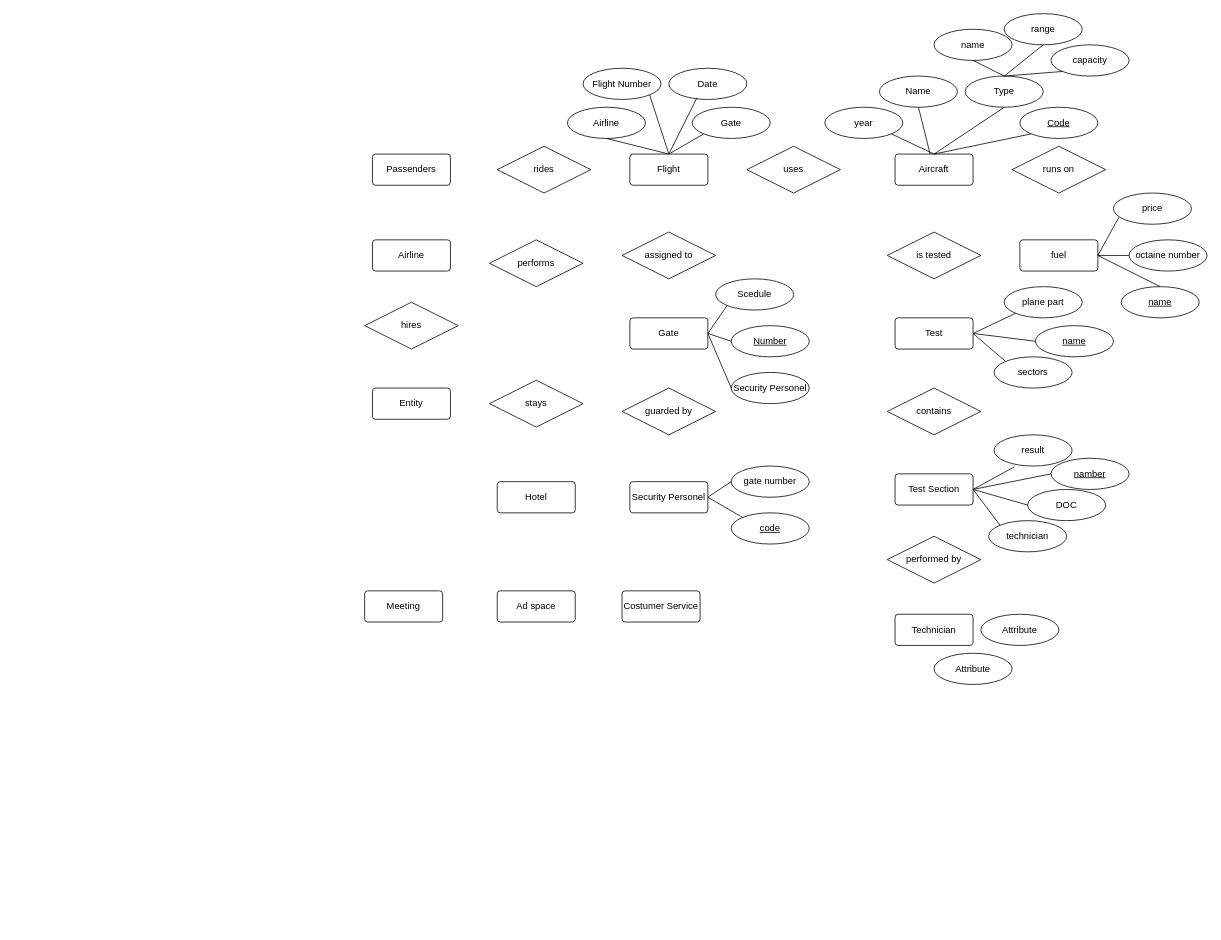
inf2021090/ergasia1-DB1 keeps this draw.io diagram as ERD4dbi.drawio. Above is the earlier version. Source tidied: cells renumbered, new cells numbered last; positions are measured from the earlier drawing's top-left corner, leaving out a move shared by most shapes. Both pictures are drawn from the tidied source at 78%, with x=0, y=0 at pixel (364, 13).
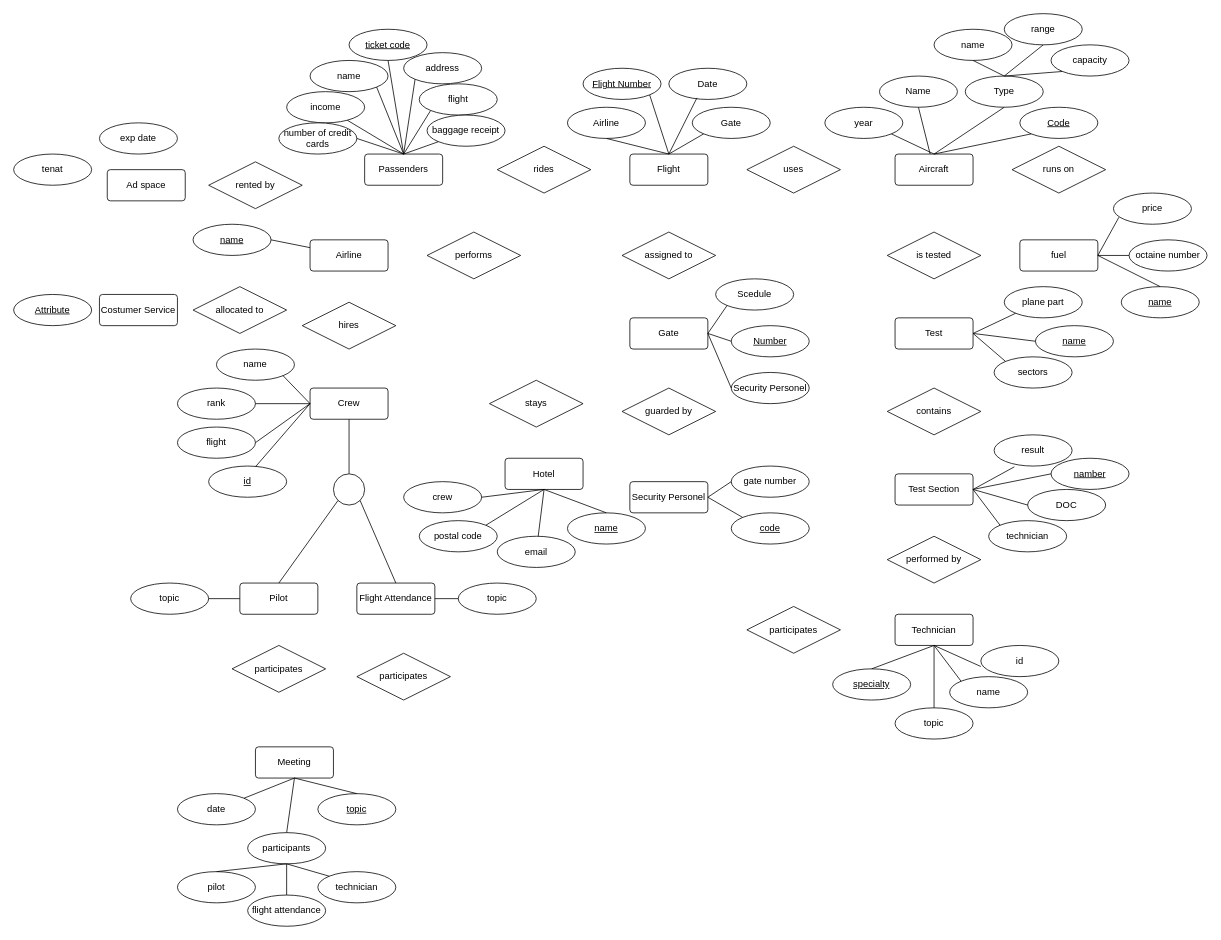
Above is the later version.

Unchanged cells that the change refers to:
```xml
<mxCell id="18" value="Technician" style="rounded=1;arcSize=10;whiteSpace=wrap;html=1;align=center;" parent="1" vertex="1">
  <mxGeometry x="680" y="770" width="100" height="40" as="geometry" />
</mxCell>
```

The edit, as a diff of the source:
```diff
@@
     <mxCell id="2" value="Passenders" style="rounded=1;arcSize=10;whiteSpace=wrap;html=1;align=center;" parent="1" vertex="1">
-      <mxGeometry x="10" y="180" width="100" height="40" as="geometry" />
+      <mxGeometry y="180" width="100" height="40" as="geometry" />
     </mxCell>
@@
     <mxCell id="19" value="Airline" style="rounded=1;arcSize=10;whiteSpace=wrap;html=1;align=center;" parent="1" vertex="1">
-      <mxGeometry x="10" y="290" width="100" height="40" as="geometry" />
+      <mxGeometry x="-70" y="290" width="100" height="40" as="geometry" />
     </mxCell>
     <mxCell id="20" value="hires" style="shape=rhombus;perimeter=rhombusPerimeter;whiteSpace=wrap;html=1;align=center;" parent="1" vertex="1">
-      <mxGeometry y="370" width="120" height="60" as="geometry" />
+      <mxGeometry x="-80" y="370" width="120" height="60" as="geometry" />
     </mxCell>
     <mxCell id="21" value="performs" style="shape=rhombus;perimeter=rhombusPerimeter;whiteSpace=wrap;html=1;align=center;" parent="1" vertex="1">
-      <mxGeometry x="160" y="290" width="120" height="60" as="geometry" />
+      <mxGeometry x="80" y="280" width="120" height="60" as="geometry" />
     </mxCell>
-    <mxCell id="22" value="Entity" style="rounded=1;arcSize=10;whiteSpace=wrap;html=1;align=center;" parent="1" vertex="1">
-      <mxGeometry x="10" y="480" width="100" height="40" as="geometry" />
+    <mxCell id="22" value="Crew" style="rounded=1;arcSize=10;whiteSpace=wrap;html=1;align=center;" parent="1" vertex="1">
+      <mxGeometry x="-70" y="480" width="100" height="40" as="geometry" />
     </mxCell>
     <mxCell id="23" value="Hotel" style="rounded=1;arcSize=10;whiteSpace=wrap;html=1;align=center;" parent="1" vertex="1">
-      <mxGeometry x="170" y="600" width="100" height="40" as="geometry" />
+      <mxGeometry x="180" y="570" width="100" height="40" as="geometry" />
     </mxCell>
@@
     <mxCell id="25" value="Ad space" style="rounded=1;arcSize=10;whiteSpace=wrap;html=1;align=center;" parent="1" vertex="1">
-      <mxGeometry x="170" y="740" width="100" height="40" as="geometry" />
+      <mxGeometry x="-330" y="200" width="100" height="40" as="geometry" />
     </mxCell>
     <mxCell id="26" value="Costumer Service" style="rounded=1;arcSize=10;whiteSpace=wrap;html=1;align=center;" parent="1" vertex="1">
-      <mxGeometry x="330" y="740" width="100" height="40" as="geometry" />
+      <mxGeometry x="-340" y="360" width="100" height="40" as="geometry" />
     </mxCell>
     <mxCell id="27" value="Meeting" style="rounded=1;arcSize=10;whiteSpace=wrap;html=1;align=center;" parent="1" vertex="1">
-      <mxGeometry y="740" width="100" height="40" as="geometry" />
+      <mxGeometry x="-140" y="940" width="100" height="40" as="geometry" />
     </mxCell>
@@
-    <mxCell id="31" value="Flight Number" style="ellipse;whiteSpace=wrap;html=1;align=center;" parent="1" vertex="1">
+    <mxCell id="31" value="Flight Number" style="ellipse;whiteSpace=wrap;html=1;align=center;fontStyle=4;" parent="1" vertex="1">
       <mxGeometry x="280" y="70" width="100" height="40" as="geometry" />
     </mxCell>
@@
-    <mxCell id="73" value="Attribute" style="ellipse;whiteSpace=wrap;html=1;align=center;" parent="1" vertex="1">
-      <mxGeometry x="790" y="770" width="100" height="40" as="geometry" />
+    <mxCell id="73" value="id" style="ellipse;whiteSpace=wrap;html=1;align=center;" parent="1" vertex="1">
+      <mxGeometry x="790" y="810" width="100" height="40" as="geometry" />
     </mxCell>
-    <mxCell id="74" value="Attribute" style="ellipse;whiteSpace=wrap;html=1;align=center;" parent="1" vertex="1">
-      <mxGeometry x="730" y="820" width="100" height="40" as="geometry" />
+    <mxCell id="74" value="name" style="ellipse;whiteSpace=wrap;html=1;align=center;" parent="1" vertex="1">
+      <mxGeometry x="750" y="850" width="100" height="40" as="geometry" />
     </mxCell>
@@
+    <mxCell id="82" value="flight" style="ellipse;whiteSpace=wrap;html=1;align=center;" parent="1" vertex="1">
+      <mxGeometry x="70" y="90" width="100" height="40" as="geometry" />
+    </mxCell>
+    <mxCell id="83" value="address" style="ellipse;whiteSpace=wrap;html=1;align=center;" parent="1" vertex="1">
+      <mxGeometry x="50" y="50" width="100" height="40" as="geometry" />
+    </mxCell>
+    <mxCell id="84" value="&lt;u&gt;ticket code&lt;/u&gt;" style="ellipse;whiteSpace=wrap;html=1;align=center;" parent="1" vertex="1">
+      <mxGeometry x="-20" y="20" width="100" height="40" as="geometry" />
+    </mxCell>
+    <mxCell id="85" value="income" style="ellipse;whiteSpace=wrap;html=1;align=center;" parent="1" vertex="1">
+      <mxGeometry x="-100" y="100" width="100" height="40" as="geometry" />
+    </mxCell>
+    <mxCell id="86" value="number of credit cards" style="ellipse;whiteSpace=wrap;html=1;align=center;" parent="1" vertex="1">
+      <mxGeometry x="-110" y="140" width="100" height="40" as="geometry" />
+    </mxCell>
+    <mxCell id="87" value="name" style="ellipse;whiteSpace=wrap;html=1;align=center;" parent="1" vertex="1">
+      <mxGeometry x="-70" y="60" width="100" height="40" as="geometry" />
+    </mxCell>
+    <mxCell id="88" value="baggage receipt" style="ellipse;whiteSpace=wrap;html=1;align=center;" parent="1" vertex="1">
+      <mxGeometry x="80" y="130" width="100" height="40" as="geometry" />
+    </mxCell>
+    <mxCell id="89" style="endArrow=none;html=1;rounded=0;exitX=0.5;exitY=0;exitDx=0;exitDy=0;entryX=0;entryY=1;entryDx=0;entryDy=0;" parent="1" edge="1" source="2" target="83">
+      <mxGeometry relative="1" as="geometry" />
+    </mxCell>
+    <mxCell id="90" style="endArrow=none;html=1;rounded=0;exitX=0.5;exitY=0;exitDx=0;exitDy=0;entryX=1;entryY=1;entryDx=0;entryDy=0;" parent="1" edge="1" source="2" target="87">
+      <mxGeometry relative="1" as="geometry" />
+    </mxCell>
+    <mxCell id="91" style="endArrow=none;html=1;rounded=0;entryX=0.5;entryY=0;entryDx=0;entryDy=0;" parent="1" edge="1" source="85" target="2">
+      <mxGeometry relative="1" as="geometry" />
+    </mxCell>
+    <mxCell id="92" style="endArrow=none;html=1;rounded=0;exitX=0.5;exitY=0;exitDx=0;exitDy=0;entryX=0.5;entryY=1;entryDx=0;entryDy=0;" parent="1" edge="1" source="2" target="84">
+      <mxGeometry relative="1" as="geometry" />
+    </mxCell>
+    <mxCell id="93" style="endArrow=none;html=1;rounded=0;exitX=1;exitY=0.5;exitDx=0;exitDy=0;entryX=0.5;entryY=0;entryDx=0;entryDy=0;" parent="1" edge="1" source="86" target="2">
+      <mxGeometry relative="1" as="geometry" />
+    </mxCell>
+    <mxCell id="94" style="endArrow=none;html=1;rounded=0;exitX=0.5;exitY=0;exitDx=0;exitDy=0;entryX=0;entryY=1;entryDx=0;entryDy=0;" parent="1" edge="1" source="2" target="82">
+      <mxGeometry relative="1" as="geometry" />
+    </mxCell>
+    <mxCell id="95" style="endArrow=none;html=1;rounded=0;entryX=0;entryY=1;entryDx=0;entryDy=0;exitX=0.5;exitY=0;exitDx=0;exitDy=0;" parent="1" edge="1" source="2" target="88">
+      <mxGeometry relative="1" as="geometry" />
+    </mxCell>
+    <mxCell id="96" value="name" style="ellipse;whiteSpace=wrap;html=1;align=center;fontStyle=4;" parent="1" vertex="1">
+      <mxGeometry x="-220" y="270" width="100" height="40" as="geometry" />
+    </mxCell>
+    <mxCell id="97" style="endArrow=none;html=1;rounded=0;exitX=1;exitY=0.5;exitDx=0;exitDy=0;entryX=0;entryY=0.25;entryDx=0;entryDy=0;" parent="1" edge="1" source="96" target="19">
+      <mxGeometry relative="1" as="geometry" />
+    </mxCell>
+    <mxCell id="98" value="rank" style="ellipse;whiteSpace=wrap;html=1;align=center;" parent="1" vertex="1">
+      <mxGeometry x="-240" y="480" width="100" height="40" as="geometry" />
+    </mxCell>
+    <mxCell id="99" value="name" style="ellipse;whiteSpace=wrap;html=1;align=center;" parent="1" vertex="1">
+      <mxGeometry x="-190" y="430" width="100" height="40" as="geometry" />
+    </mxCell>
+    <mxCell id="100" value="flight" style="ellipse;whiteSpace=wrap;html=1;align=center;" parent="1" vertex="1">
+      <mxGeometry x="-240" y="530" width="100" height="40" as="geometry" />
+    </mxCell>
+    <mxCell id="101" value="id" style="ellipse;whiteSpace=wrap;html=1;align=center;fontStyle=4;" parent="1" vertex="1">
+      <mxGeometry x="-200" y="580" width="100" height="40" as="geometry" />
+    </mxCell>
+    <mxCell id="102" style="endArrow=none;html=1;rounded=0;" parent="1" edge="1">
+      <mxGeometry relative="1" as="geometry">
+        <mxPoint x="-140" y="500" as="sourcePoint" />
+        <mxPoint x="-70" y="500" as="targetPoint" />
+      </mxGeometry>
+    </mxCell>
+    <mxCell id="103" style="endArrow=none;html=1;rounded=0;exitX=1;exitY=0.5;exitDx=0;exitDy=0;entryX=0;entryY=0.5;entryDx=0;entryDy=0;" parent="1" edge="1" source="100" target="22">
+      <mxGeometry relative="1" as="geometry" />
+    </mxCell>
+    <mxCell id="104" style="endArrow=none;html=1;rounded=0;exitX=1;exitY=1;exitDx=0;exitDy=0;entryX=0;entryY=0.5;entryDx=0;entryDy=0;" parent="1" edge="1" source="99" target="22">
+      <mxGeometry relative="1" as="geometry" />
+    </mxCell>
+    <mxCell id="105" style="endArrow=none;html=1;rounded=0;exitX=0.6;exitY=0.025;exitDx=0;exitDy=0;entryX=0;entryY=0.5;entryDx=0;entryDy=0;exitPerimeter=0;" parent="1" edge="1" source="101" target="22">
+      <mxGeometry relative="1" as="geometry" />
+    </mxCell>
+    <mxCell id="106" value="Pilot" style="rounded=1;arcSize=10;whiteSpace=wrap;html=1;align=center;" parent="1" vertex="1">
+      <mxGeometry x="-160" y="730" width="100" height="40" as="geometry" />
+    </mxCell>
+    <mxCell id="107" value="Flight Attendance" style="rounded=1;arcSize=10;whiteSpace=wrap;html=1;align=center;" parent="1" vertex="1">
+      <mxGeometry x="-10" y="730" width="100" height="40" as="geometry" />
+    </mxCell>
+    <mxCell id="108" value="topic" style="ellipse;whiteSpace=wrap;html=1;align=center;" parent="1" vertex="1">
+      <mxGeometry x="120" y="730" width="100" height="40" as="geometry" />
+    </mxCell>
+    <mxCell id="109" value="topic" style="ellipse;whiteSpace=wrap;html=1;align=center;" parent="1" vertex="1">
+      <mxGeometry x="-300" y="730" width="100" height="40" as="geometry" />
+    </mxCell>
+    <mxCell id="110" style="endArrow=none;html=1;rounded=0;entryX=0;entryY=0.5;entryDx=0;entryDy=0;exitX=1;exitY=0.5;exitDx=0;exitDy=0;" parent="1" edge="1" source="109" target="106">
+      <mxGeometry relative="1" as="geometry" />
+    </mxCell>
+    <mxCell id="111" style="endArrow=none;html=1;rounded=0;exitX=1;exitY=0.5;exitDx=0;exitDy=0;entryX=0;entryY=0.5;entryDx=0;entryDy=0;" parent="1" edge="1" source="107" target="108">
+      <mxGeometry relative="1" as="geometry" />
+    </mxCell>
+    <mxCell id="112" style="endArrow=none;html=1;rounded=0;entryX=0.5;entryY=1;entryDx=0;entryDy=0;exitX=0.5;exitY=0;exitDx=0;exitDy=0;" parent="1" edge="1" source="113" target="22">
+      <mxGeometry relative="1" as="geometry" />
+    </mxCell>
+    <mxCell id="113" style="ellipse;whiteSpace=wrap;html=1;" parent="1" vertex="1">
+      <mxGeometry x="-40" y="590" width="40" height="40" as="geometry" />
+    </mxCell>
+    <mxCell id="114" style="endArrow=none;html=1;rounded=0;exitX=0.5;exitY=0;exitDx=0;exitDy=0;entryX=0;entryY=1;entryDx=0;entryDy=0;" parent="1" edge="1" source="106" target="113">
+      <mxGeometry relative="1" as="geometry" />
+    </mxCell>
+    <mxCell id="115" style="endArrow=none;html=1;rounded=0;entryX=1;entryY=1;entryDx=0;entryDy=0;exitX=0.5;exitY=0;exitDx=0;exitDy=0;" parent="1" edge="1" source="107" target="113">
+      <mxGeometry relative="1" as="geometry" />
+    </mxCell>
+    <mxCell id="116" value="participates" style="shape=rhombus;perimeter=rhombusPerimeter;whiteSpace=wrap;html=1;align=center;" parent="1" vertex="1">
+      <mxGeometry x="-170" y="810" width="120" height="60" as="geometry" />
+    </mxCell>
+    <mxCell id="117" value="participates" style="shape=rhombus;perimeter=rhombusPerimeter;whiteSpace=wrap;html=1;align=center;" parent="1" vertex="1">
+      <mxGeometry x="-10" y="820" width="120" height="60" as="geometry" />
+    </mxCell>
+    <mxCell id="118" value="participates" style="shape=rhombus;perimeter=rhombusPerimeter;whiteSpace=wrap;html=1;align=center;" parent="1" vertex="1">
+      <mxGeometry x="490" y="760" width="120" height="60" as="geometry" />
+    </mxCell>
+    <mxCell id="119" value="date" style="ellipse;whiteSpace=wrap;html=1;align=center;" parent="1" vertex="1">
+      <mxGeometry x="-240" y="1000" width="100" height="40" as="geometry" />
+    </mxCell>
+    <mxCell id="120" value="topic" style="ellipse;whiteSpace=wrap;html=1;align=center;fontStyle=4;" parent="1" vertex="1">
+      <mxGeometry x="-60" y="1000" width="100" height="40" as="geometry" />
+    </mxCell>
+    <mxCell id="121" value="participants" style="ellipse;whiteSpace=wrap;html=1;align=center;" parent="1" vertex="1">
+      <mxGeometry x="-150" y="1050" width="100" height="40" as="geometry" />
+    </mxCell>
+    <mxCell id="122" value="pilot" style="ellipse;whiteSpace=wrap;html=1;align=center;" parent="1" vertex="1">
+      <mxGeometry x="-240" y="1100" width="100" height="40" as="geometry" />
+    </mxCell>
+    <mxCell id="123" value="flight attendance" style="ellipse;whiteSpace=wrap;html=1;align=center;" parent="1" vertex="1">
+      <mxGeometry x="-150" y="1130" width="100" height="40" as="geometry" />
+    </mxCell>
+    <mxCell id="124" value="technician" style="ellipse;whiteSpace=wrap;html=1;align=center;" parent="1" vertex="1">
+      <mxGeometry x="-60" y="1100" width="100" height="40" as="geometry" />
+    </mxCell>
+    <mxCell id="125" style="endArrow=none;html=1;rounded=0;entryX=0.5;entryY=1;entryDx=0;entryDy=0;" parent="1" edge="1" source="119" target="27">
+      <mxGeometry relative="1" as="geometry" />
+    </mxCell>
+    <mxCell id="126" style="endArrow=none;html=1;rounded=0;exitX=0.5;exitY=1;exitDx=0;exitDy=0;entryX=0.5;entryY=0;entryDx=0;entryDy=0;" parent="1" edge="1" source="27" target="120">
+      <mxGeometry relative="1" as="geometry" />
+    </mxCell>
+    <mxCell id="127" style="endArrow=none;html=1;rounded=0;exitX=0.5;exitY=1;exitDx=0;exitDy=0;entryX=0.5;entryY=0;entryDx=0;entryDy=0;" parent="1" edge="1" source="27" target="121">
+      <mxGeometry relative="1" as="geometry" />
+    </mxCell>
+    <mxCell id="128" style="endArrow=none;html=1;rounded=0;exitX=0.5;exitY=1;exitDx=0;exitDy=0;entryX=0.5;entryY=0;entryDx=0;entryDy=0;" parent="1" edge="1" source="121" target="123">
+      <mxGeometry relative="1" as="geometry" />
+    </mxCell>
+    <mxCell id="129" style="endArrow=none;html=1;rounded=0;exitX=0.5;exitY=1;exitDx=0;exitDy=0;entryX=0;entryY=0;entryDx=0;entryDy=0;" parent="1" edge="1" source="121" target="124">
+      <mxGeometry relative="1" as="geometry" />
+    </mxCell>
+    <mxCell id="130" style="endArrow=none;html=1;rounded=0;exitX=0.5;exitY=0;exitDx=0;exitDy=0;" parent="1" edge="1" source="122">
+      <mxGeometry relative="1" as="geometry">
+        <mxPoint x="-100" y="1090" as="targetPoint" />
+      </mxGeometry>
+    </mxCell>
+    <mxCell id="131" value="name" style="ellipse;whiteSpace=wrap;html=1;align=center;fontStyle=4;" parent="1" vertex="1">
+      <mxGeometry x="260" y="640" width="100" height="40" as="geometry" />
+    </mxCell>
+    <mxCell id="132" value="email" style="ellipse;whiteSpace=wrap;html=1;align=center;" parent="1" vertex="1">
+      <mxGeometry x="170" y="670" width="100" height="40" as="geometry" />
+    </mxCell>
+    <mxCell id="133" value="postal code" style="ellipse;whiteSpace=wrap;html=1;align=center;" parent="1" vertex="1">
+      <mxGeometry x="70" y="650" width="100" height="40" as="geometry" />
+    </mxCell>
+    <mxCell id="134" value="crew" style="ellipse;whiteSpace=wrap;html=1;align=center;" parent="1" vertex="1">
+      <mxGeometry x="50" y="600" width="100" height="40" as="geometry" />
+    </mxCell>
+    <mxCell id="135" style="endArrow=none;html=1;rounded=0;exitX=1;exitY=0.5;exitDx=0;exitDy=0;entryX=0.5;entryY=1;entryDx=0;entryDy=0;" parent="1" edge="1" source="134" target="23">
+      <mxGeometry relative="1" as="geometry" />
+    </mxCell>
+    <mxCell id="136" style="endArrow=none;html=1;rounded=0;exitX=1;exitY=0;exitDx=0;exitDy=0;entryX=0.5;entryY=1;entryDx=0;entryDy=0;" parent="1" edge="1" source="133" target="23">
+      <mxGeometry relative="1" as="geometry" />
+    </mxCell>
+    <mxCell id="137" style="endArrow=none;html=1;rounded=0;entryX=0.5;entryY=1;entryDx=0;entryDy=0;" parent="1" edge="1" source="132" target="23">
+      <mxGeometry relative="1" as="geometry" />
+    </mxCell>
+    <mxCell id="138" style="endArrow=none;html=1;rounded=0;exitX=0.5;exitY=0;exitDx=0;exitDy=0;" parent="1" edge="1" source="131">
+      <mxGeometry relative="1" as="geometry">
+        <mxPoint x="230" y="610" as="targetPoint" />
+      </mxGeometry>
+    </mxCell>
+    <mxCell id="139" value="topic" style="ellipse;whiteSpace=wrap;html=1;align=center;" parent="1" vertex="1">
+      <mxGeometry x="680" y="890" width="100" height="40" as="geometry" />
+    </mxCell>
+    <mxCell id="140" value="allocated to" style="shape=rhombus;perimeter=rhombusPerimeter;whiteSpace=wrap;html=1;align=center;" parent="1" vertex="1">
+      <mxGeometry x="-220" y="350" width="120" height="60" as="geometry" />
+    </mxCell>
+    <mxCell id="141" value="rented by" style="shape=rhombus;perimeter=rhombusPerimeter;whiteSpace=wrap;html=1;align=center;" parent="1" vertex="1">
+      <mxGeometry x="-200" y="190" width="120" height="60" as="geometry" />
+    </mxCell>
+    <mxCell id="142" value="exp date" style="ellipse;whiteSpace=wrap;html=1;align=center;fontStyle=0;" parent="1" vertex="1">
+      <mxGeometry x="-340" y="140" width="100" height="40" as="geometry" />
+    </mxCell>
+    <mxCell id="143" value="tenat" style="ellipse;whiteSpace=wrap;html=1;align=center;" parent="1" vertex="1">
+      <mxGeometry x="-450" y="180" width="100" height="40" as="geometry" />
+    </mxCell>
+    <mxCell id="144" value="Attribute" style="ellipse;whiteSpace=wrap;html=1;align=center;fontStyle=4;" parent="1" vertex="1">
+      <mxGeometry x="-450" y="360" width="100" height="40" as="geometry" />
+    </mxCell>
+    <mxCell id="145" value="&lt;u&gt;specialty&lt;/u&gt;" style="ellipse;whiteSpace=wrap;html=1;align=center;" parent="1" vertex="1">
+      <mxGeometry x="600" y="840" width="100" height="40" as="geometry" />
+    </mxCell>
+    <mxCell id="146" style="endArrow=none;html=1;rounded=0;exitX=0.5;exitY=1;exitDx=0;exitDy=0;entryX=0;entryY=0.675;entryDx=0;entryDy=0;entryPerimeter=0;" parent="1" edge="1" source="18" target="73">
+      <mxGeometry relative="1" as="geometry" />
+    </mxCell>
+    <mxCell id="147" style="endArrow=none;html=1;rounded=0;exitX=0.5;exitY=1;exitDx=0;exitDy=0;entryX=0;entryY=0;entryDx=0;entryDy=0;" parent="1" edge="1" source="18" target="74">
+      <mxGeometry relative="1" as="geometry" />
+    </mxCell>
+    <mxCell id="148" style="endArrow=none;html=1;rounded=0;exitX=0.5;exitY=1;exitDx=0;exitDy=0;entryX=0.5;entryY=0;entryDx=0;entryDy=0;" parent="1" edge="1" source="18" target="139">
+      <mxGeometry relative="1" as="geometry" />
+    </mxCell>
+    <mxCell id="149" style="endArrow=none;html=1;rounded=0;exitX=0.5;exitY=0;exitDx=0;exitDy=0;entryX=0.5;entryY=1;entryDx=0;entryDy=0;" parent="1" edge="1" source="145" target="18">
+      <mxGeometry relative="1" as="geometry" />
+    </mxCell>
```
